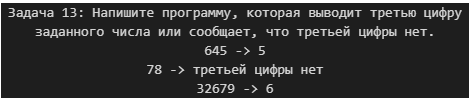
Above: Work/EXP006/diagram.drawio.png in Evgeniya120/HomeWork (draw.io), before the change. Source tidied: cells renumbered, new cells last; positions are measured from the earlier drawing's top-left corner, leaving out a move shared by most shapes.
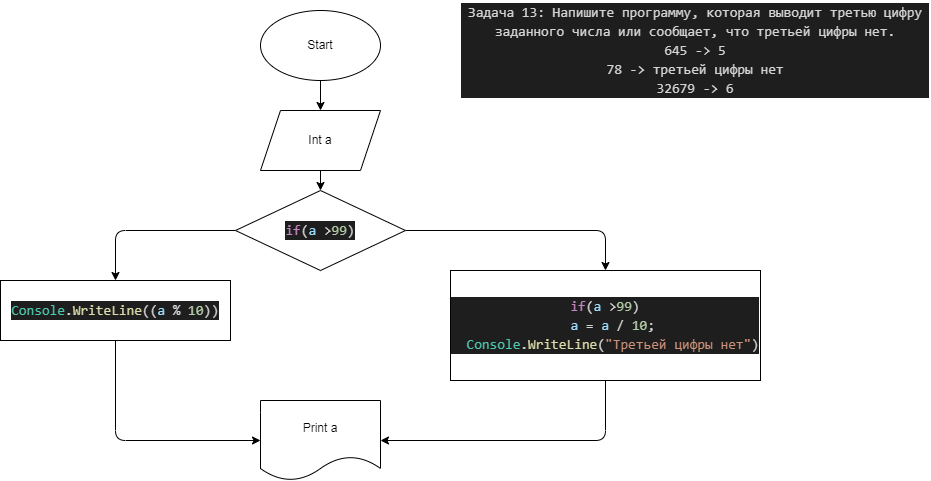
Above is the later version.

Commit message:
Решение 2-ой задачи к 2 семинару

Change to the diagram source:
```diff
@@ -5,5 +5,57 @@
     <mxCell id="2" value="&lt;div style=&quot;color: rgb(212 , 212 , 212) ; background-color: rgb(30 , 30 , 30) ; font-family: &amp;#34;consolas&amp;#34; , &amp;#34;courier new&amp;#34; , monospace ; font-size: 14px ; line-height: 19px&quot;&gt;&lt;div&gt;Задача 13: Напишите программу, которая выводит третью цифру заданного числа или сообщает, что третьей цифры нет.&lt;/div&gt;&lt;div&gt;645 -&amp;gt; 5&lt;/div&gt;&lt;div&gt;78 -&amp;gt; третьей цифры нет&lt;/div&gt;&lt;div&gt;32679 -&amp;gt; 6&lt;/div&gt;&lt;/div&gt;" style="text;html=1;strokeColor=none;fillColor=none;align=center;verticalAlign=middle;whiteSpace=wrap;rounded=0;" parent="1" vertex="1">
       <mxGeometry width="470" height="100" as="geometry" />
     </mxCell>
+    <mxCell id="3" style="edgeStyle=none;html=1;entryX=0.5;entryY=0;entryDx=0;entryDy=0;" parent="1" edge="1" source="4" target="6">
+      <mxGeometry relative="1" as="geometry" />
+    </mxCell>
+    <mxCell id="4" value="Start" style="ellipse;whiteSpace=wrap;html=1;" parent="1" vertex="1">
+      <mxGeometry x="-200" y="10" width="120" height="70" as="geometry" />
+    </mxCell>
+    <mxCell id="5" style="edgeStyle=none;html=1;" parent="1" edge="1" source="6" target="9">
+      <mxGeometry relative="1" as="geometry" />
+    </mxCell>
+    <mxCell id="6" value="Int a" style="shape=parallelogram;perimeter=parallelogramPerimeter;whiteSpace=wrap;html=1;fixedSize=1;" parent="1" vertex="1">
+      <mxGeometry x="-200" y="110" width="120" height="60" as="geometry" />
+    </mxCell>
+    <mxCell id="7" style="edgeStyle=none;html=1;entryX=0.5;entryY=0;entryDx=0;entryDy=0;" parent="1" edge="1" source="9" target="11">
+      <mxGeometry relative="1" as="geometry">
+        <Array as="points">
+          <mxPoint x="145" y="230" />
+        </Array>
+      </mxGeometry>
+    </mxCell>
+    <mxCell id="8" style="edgeStyle=none;html=1;entryX=0.5;entryY=0;entryDx=0;entryDy=0;exitX=0;exitY=0.5;exitDx=0;exitDy=0;" parent="1" edge="1" source="9" target="13">
+      <mxGeometry relative="1" as="geometry">
+        <Array as="points">
+          <mxPoint x="-345" y="230" />
+        </Array>
+      </mxGeometry>
+    </mxCell>
+    <mxCell id="9" value="&#10;&#10;&lt;div style=&quot;color: rgb(212, 212, 212); background-color: rgb(30, 30, 30); font-family: consolas, &amp;quot;courier new&amp;quot;, monospace; font-weight: normal; font-size: 14px; line-height: 19px;&quot;&gt;&lt;div&gt;&lt;span style=&quot;color: #c586c0&quot;&gt;if&lt;/span&gt;&lt;span style=&quot;color: #d4d4d4&quot;&gt;(&lt;/span&gt;&lt;span style=&quot;color: #9cdcfe&quot;&gt;a&lt;/span&gt;&lt;span style=&quot;color: #d4d4d4&quot;&gt; &lt;/span&gt;&lt;span style=&quot;color: #d4d4d4&quot;&gt;&amp;gt;&lt;/span&gt;&lt;span style=&quot;color: #b5cea8&quot;&gt;99&lt;/span&gt;&lt;span style=&quot;color: #d4d4d4&quot;&gt;)&lt;/span&gt;&lt;/div&gt;&lt;/div&gt;&#10;&#10;" style="rhombus;whiteSpace=wrap;html=1;" parent="1" vertex="1">
+      <mxGeometry x="-225" y="190" width="170" height="80" as="geometry" />
+    </mxCell>
+    <mxCell id="10" style="edgeStyle=none;html=1;entryX=1;entryY=0.5;entryDx=0;entryDy=0;" parent="1" edge="1" source="11" target="14">
+      <mxGeometry relative="1" as="geometry">
+        <Array as="points">
+          <mxPoint x="145" y="440" />
+        </Array>
+      </mxGeometry>
+    </mxCell>
+    <mxCell id="11" value="&#10;&#10;&lt;div style=&quot;color: rgb(212, 212, 212); background-color: rgb(30, 30, 30); font-family: consolas, &amp;quot;courier new&amp;quot;, monospace; font-weight: normal; font-size: 14px; line-height: 19px;&quot;&gt;&lt;div&gt;&lt;span style=&quot;color: #c586c0&quot;&gt;if&lt;/span&gt;&lt;span style=&quot;color: #d4d4d4&quot;&gt;(&lt;/span&gt;&lt;span style=&quot;color: #9cdcfe&quot;&gt;a&lt;/span&gt;&lt;span style=&quot;color: #d4d4d4&quot;&gt; &lt;/span&gt;&lt;span style=&quot;color: #d4d4d4&quot;&gt;&amp;gt;&lt;/span&gt;&lt;span style=&quot;color: #b5cea8&quot;&gt;99&lt;/span&gt;&lt;span style=&quot;color: #d4d4d4&quot;&gt;)&lt;/span&gt;&lt;/div&gt;&lt;div&gt;&lt;span style=&quot;color: #d4d4d4&quot;&gt;&amp;nbsp; &lt;/span&gt;&lt;span style=&quot;color: #9cdcfe&quot;&gt;a&lt;/span&gt;&lt;span style=&quot;color: #d4d4d4&quot;&gt; &lt;/span&gt;&lt;span style=&quot;color: #d4d4d4&quot;&gt;=&lt;/span&gt;&lt;span style=&quot;color: #d4d4d4&quot;&gt; &lt;/span&gt;&lt;span style=&quot;color: #9cdcfe&quot;&gt;a&lt;/span&gt;&lt;span style=&quot;color: #d4d4d4&quot;&gt; &lt;/span&gt;&lt;span style=&quot;color: #d4d4d4&quot;&gt;/&lt;/span&gt;&lt;span style=&quot;color: #d4d4d4&quot;&gt; &lt;/span&gt;&lt;span style=&quot;color: #b5cea8&quot;&gt;10&lt;/span&gt;&lt;span style=&quot;color: #d4d4d4&quot;&gt;;&lt;/span&gt;&lt;/div&gt;&lt;div&gt;&lt;span style=&quot;color: #d4d4d4&quot;&gt;&amp;nbsp; &lt;/span&gt;&lt;span style=&quot;color: #4ec9b0&quot;&gt;Console&lt;/span&gt;&lt;span style=&quot;color: #d4d4d4&quot;&gt;.&lt;/span&gt;&lt;span style=&quot;color: #dcdcaa&quot;&gt;WriteLine&lt;/span&gt;&lt;span style=&quot;color: #d4d4d4&quot;&gt;(&lt;/span&gt;&lt;span style=&quot;color: #ce9178&quot;&gt;&quot;Третьей цифры нет&quot;&lt;/span&gt;&lt;span style=&quot;color: #d4d4d4&quot;&gt;)&lt;/span&gt;&lt;/div&gt;&lt;/div&gt;&#10;&#10;" style="rounded=0;whiteSpace=wrap;html=1;" parent="1" vertex="1">
+      <mxGeometry x="-10" y="270" width="310" height="110" as="geometry" />
+    </mxCell>
+    <mxCell id="12" style="edgeStyle=none;html=1;entryX=0;entryY=0.5;entryDx=0;entryDy=0;exitX=0.5;exitY=1;exitDx=0;exitDy=0;" parent="1" edge="1" source="13" target="14">
+      <mxGeometry relative="1" as="geometry">
+        <Array as="points">
+          <mxPoint x="-345" y="440" />
+        </Array>
+      </mxGeometry>
+    </mxCell>
+    <mxCell id="13" value="&#10;&#10;&lt;div style=&quot;color: rgb(212, 212, 212); background-color: rgb(30, 30, 30); font-family: consolas, &amp;quot;courier new&amp;quot;, monospace; font-weight: normal; font-size: 14px; line-height: 19px;&quot;&gt;&lt;div&gt;&lt;span style=&quot;color: #4ec9b0&quot;&gt;Console&lt;/span&gt;&lt;span style=&quot;color: #d4d4d4&quot;&gt;.&lt;/span&gt;&lt;span style=&quot;color: #dcdcaa&quot;&gt;WriteLine&lt;/span&gt;&lt;span style=&quot;color: #d4d4d4&quot;&gt;((&lt;/span&gt;&lt;span style=&quot;color: #9cdcfe&quot;&gt;a&lt;/span&gt;&lt;span style=&quot;color: #d4d4d4&quot;&gt; &lt;/span&gt;&lt;span style=&quot;color: #d4d4d4&quot;&gt;%&lt;/span&gt;&lt;span style=&quot;color: #d4d4d4&quot;&gt; &lt;/span&gt;&lt;span style=&quot;color: #b5cea8&quot;&gt;10&lt;/span&gt;&lt;span style=&quot;color: #d4d4d4&quot;&gt;))&lt;/span&gt;&lt;/div&gt;&lt;/div&gt;&#10;&#10;" style="rounded=0;whiteSpace=wrap;html=1;" parent="1" vertex="1">
+      <mxGeometry x="-460" y="280" width="230" height="60" as="geometry" />
+    </mxCell>
+    <mxCell id="14" value="Print a" style="shape=document;whiteSpace=wrap;html=1;boundedLbl=1;" parent="1" vertex="1">
+      <mxGeometry x="-200" y="400" width="120" height="80" as="geometry" />
+    </mxCell>
   </root>
 </mxGraphModel>
```
